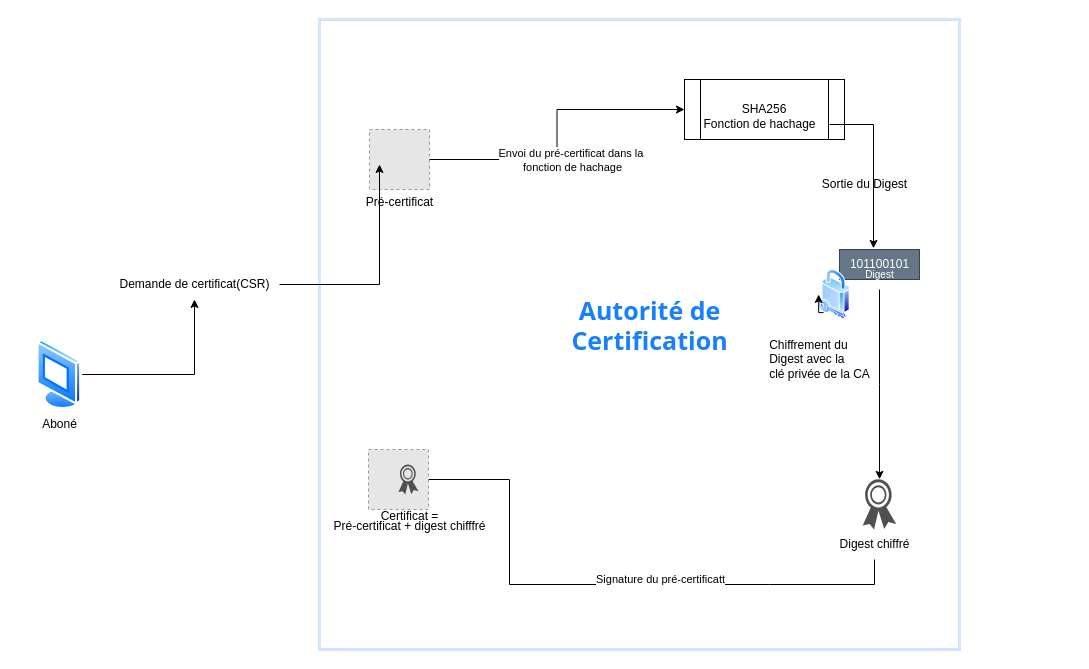
Above: page "Page-4" (4 of 6) of Diagramme sans nom.drawio in lakedjass/diagram (draw.io), before the change. Source tidied: cells renumbered, new cells numbered last; positions are measured from the earlier drawing's top-left corner, leaving out a move shared by most shapes. Both pictures are drawn from the tidied source at 100%, with x=0, y=0 at pixel (29, 19). Pictures stored in the file or linked from it are replaced by grey dashed boxes.
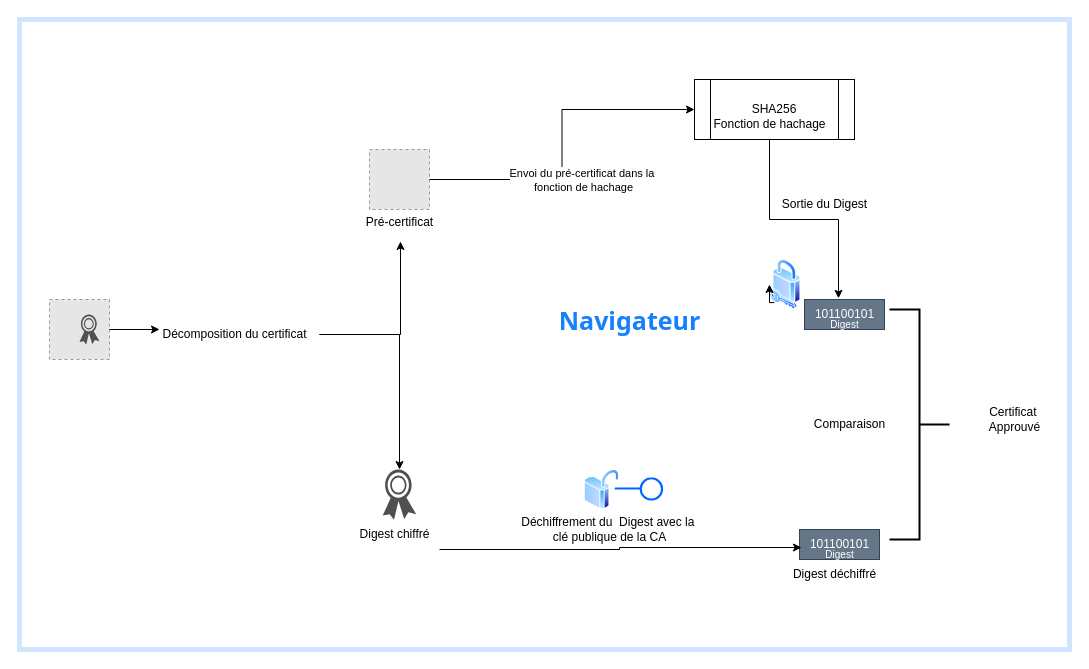
After the change.

Unchanged cells that the change refers to:
```xml
<mxCell id="5" style="fillColor=#E6E6E6;strokeColor=#999999;dashed=1;html=1;verticalAlign=top;verticalLabelPosition=bottom;labelBackgroundColor=#ffffff;" parent="4" vertex="1">
  <mxGeometry x="50" y="70" width="60" height="60" as="geometry" />
</mxCell>
<mxCell id="6" value="&lt;font style=&quot;font-size: 12px;&quot;&gt;Pré-certificat&lt;/font&gt;" style="text;html=1;align=center;verticalAlign=middle;points=[];strokeColor=none;fillColor=none;fontSize=22;" parent="4" vertex="1">
  <mxGeometry x="35" y="120" width="90" height="40" as="geometry" />
</mxCell>
<mxCell id="8" value="SHA256" style="shape=process;whiteSpace=wrap;html=1;backgroundOutline=1;" parent="7" vertex="1">
  <mxGeometry width="160" height="60" as="geometry" />
</mxCell>
<mxCell id="9" value="Fonction de hachage" style="text;html=1;align=center;verticalAlign=middle;points=[];strokeColor=none;fillColor=none;" parent="7" vertex="1">
  <mxGeometry x="5" y="30" width="140" height="30" as="geometry" />
</mxCell>
<mxCell id="21" value="101100101" style="text;html=1;align=center;verticalAlign=middle;points=[];strokeColor=#314354;fillColor=#647687;fontColor=#ffffff;" parent="20" vertex="1">
  <mxGeometry width="80" height="30" as="geometry" />
</mxCell>
<mxCell id="22" value="Digest" style="text;html=1;align=center;verticalAlign=middle;points=[];strokeColor=none;fillColor=none;fontSize=10;fontColor=#ffffff;" parent="20" vertex="1">
  <mxGeometry x="15" y="10" width="50" height="30" as="geometry" />
</mxCell>
<mxCell id="27" style="sketch=0;shadow=0;dashed=0;html=1;strokeColor=none;fillColor=#505050;labelPosition=center;verticalLabelPosition=bottom;verticalAlign=top;outlineConnect=0;align=center;shape=mxgraph.office.security.token;" parent="26" vertex="1">
  <mxGeometry x="33.2" width="33.5" height="50.2" as="geometry" />
</mxCell>
<mxCell id="28" value="Digest chiffré" style="text;html=1;align=center;verticalAlign=middle;points=[];strokeColor=none;fillColor=none;" parent="26" vertex="1">
  <mxGeometry y="50.2" width="90" height="30" as="geometry" />
</mxCell>
```

Change to the diagram source:
```diff
@@
-    <mxCell id="2" style="group;" parent="1" vertex="1">
-      <mxGeometry width="930" height="630" as="geometry" />
-    </mxCell>
-    <mxCell id="3" style="rounded=0;whiteSpace=wrap;html=1;strokeWidth=3;strokeColor=#D1E6FE;" parent="2" vertex="1">
-      <mxGeometry x="290" width="640" height="630" as="geometry" />
+    <mxCell id="3" style="rounded=0;whiteSpace=wrap;html=1;strokeWidth=5;strokeColor=#D1E6FE;" parent="1" vertex="1">
+      <mxGeometry x="-10" width="1050" height="630" as="geometry" />
     </mxCell>
+    <mxCell id="38" style="group;" parent="1" vertex="1">
+      <mxGeometry x="20" y="280" width="60" height="60" as="geometry" />
+    </mxCell>
+    <mxCell id="35" style="fillColor=#E6E6E6;strokeColor=#999999;dashed=1;html=1;verticalAlign=top;verticalLabelPosition=bottom;labelBackgroundColor=#ffffff;" parent="38" vertex="1">
+      <mxGeometry width="60" height="60" as="geometry" />
+    </mxCell>
+    <mxCell id="36" style="sketch=0;shadow=0;dashed=0;html=1;strokeColor=none;fillColor=#505050;labelPosition=center;verticalLabelPosition=bottom;verticalAlign=top;outlineConnect=0;align=center;shape=mxgraph.office.security.token;" parent="38" vertex="1">
+      <mxGeometry x="30" y="15" width="20" height="30" as="geometry" />
+    </mxCell>
-    <mxCell id="4" style="group;" parent="2" vertex="1">
-      <mxGeometry x="290" y="40" width="160" height="160" as="geometry" />
+    <mxCell id="4" style="group;" parent="1" vertex="1">
+      <mxGeometry x="290" y="60" width="160" height="160" as="geometry" />
     </mxCell>
@@
-    <mxCell id="7" style="group;" parent="2" vertex="1">
-      <mxGeometry x="655" y="60" width="170" height="98" as="geometry" />
+    <mxCell id="7" style="group;" parent="1" vertex="1">
+      <mxGeometry x="665" y="60" width="170" height="98" as="geometry" />
     </mxCell>
@@
-    <mxCell id="10" style="edgeStyle=orthogonalEdgeStyle;rounded=0;jettySize=auto;html=1;entryX=0;entryY=0.5;entryDx=0;entryDy=0;" parent="2" edge="1" source="5" target="8">
+    <mxCell id="10" style="edgeStyle=orthogonalEdgeStyle;rounded=0;jettySize=auto;html=1;entryX=0;entryY=0.5;entryDx=0;entryDy=0;" parent="1" edge="1" source="5" target="8">
       <mxGeometry relative="1" as="geometry" />
     </mxCell>
@@
-    <mxCell id="12" value="&lt;div style=&quot;text-align: left;&quot;&gt;&lt;span style=&quot;background-color: initial;&quot;&gt;Chiffrement&amp;nbsp;&lt;/span&gt;&lt;span style=&quot;background-color: initial;&quot;&gt;du&amp;nbsp;&lt;/span&gt;&lt;/div&gt;&lt;div style=&quot;text-align: left;&quot;&gt;&lt;span style=&quot;background-color: initial;&quot;&gt;Digest&amp;nbsp;&lt;/span&gt;&lt;span style=&quot;background-color: initial;&quot;&gt;avec la&amp;nbsp;&lt;/span&gt;&lt;/div&gt;&lt;div style=&quot;text-align: left;&quot;&gt;&lt;span style=&quot;background-color: initial;&quot;&gt;clé privée&amp;nbsp;&lt;/span&gt;&lt;span style=&quot;background-color: initial;&quot;&gt;de la CA&lt;/span&gt;&lt;/div&gt;" style="text;html=1;align=center;verticalAlign=middle;strokeColor=none;fillColor=none;" parent="2" vertex="1">
-      <mxGeometry x="730" y="310" width="120" height="60" as="geometry" />
-    </mxCell>
-    <mxCell id="13" style="group;" parent="2" vertex="1">
-      <mxGeometry y="320" width="60" height="100" as="geometry" />
-    </mxCell>
-    <mxCell id="14" style="image;perimeter=ellipsePerimeter;html=1;align=center;shadow=0;dashed=0;spacingTop=3;image=img/lib/active_directory/vista_terminal.svg;" parent="13" vertex="1">
-      <mxGeometry x="7.2" width="45.5" height="70" as="geometry" />
-    </mxCell>
-    <mxCell id="15" value="Aboné" style="text;html=1;align=center;verticalAlign=middle;strokeColor=none;fillColor=none;" parent="13" vertex="1">
-      <mxGeometry y="70" width="60" height="30" as="geometry" />
-    </mxCell>
-    <mxCell id="16" style="edgeStyle=orthogonalEdgeStyle;rounded=0;jettySize=auto;html=1;entryX=0.167;entryY=0.583;entryDx=0;entryDy=0;entryPerimeter=0;" parent="2" edge="1" source="19" target="5">
-      <mxGeometry relative="1" as="geometry" />
-    </mxCell>
-    <mxCell id="17" value="&lt;font style=&quot;font-size: 25px;&quot;&gt;Autorité de &lt;br&gt;Certification&lt;/font&gt;" style="text;html=1;align=center;verticalAlign=middle;strokeColor=none;fillColor=none;fontColor=#1781fc;fontStyle=1;fontFamily=Tahoma;horizontal=1;" parent="2" vertex="1">
-      <mxGeometry x="530" y="270" width="180" height="70" as="geometry" />
+    <mxCell id="17" value="&lt;span style=&quot;font-size: 25px;&quot;&gt;Navigateur&lt;/span&gt;" style="text;html=1;align=center;verticalAlign=middle;strokeColor=none;fillColor=none;fontColor=#1781fc;fontStyle=1;fontFamily=Tahoma;horizontal=1;" parent="1" vertex="1">
+      <mxGeometry x="520" y="280" width="160" height="40" as="geometry" />
     </mxCell>
-    <mxCell id="18" style="edgeStyle=orthogonalEdgeStyle;rounded=0;jettySize=auto;html=1;" parent="2" edge="1" source="14" target="19">
-      <mxGeometry relative="1" as="geometry" />
-    </mxCell>
+    <mxCell id="39" style="edgeStyle=orthogonalEdgeStyle;rounded=0;jettySize=auto;html=1;entryX=0.511;entryY=1.05;entryDx=0;entryDy=0;entryPerimeter=0;" parent="1" edge="1" source="19" target="6">
+      <mxGeometry relative="1" as="geometry" />
+    </mxCell>
+    <mxCell id="40" style="edgeStyle=orthogonalEdgeStyle;rounded=0;jettySize=auto;html=1;" parent="1" edge="1" source="19" target="27">
+      <mxGeometry relative="1" as="geometry" />
+    </mxCell>
-    <mxCell id="19" value="Demande de certificat(CSR)" style="text;html=1;align=center;verticalAlign=middle;points=[];strokeColor=none;fillColor=none;" parent="2" vertex="1">
-      <mxGeometry x="80" y="250" width="170" height="30" as="geometry" />
+    <mxCell id="19" value="Décomposition du certificat" style="text;html=1;align=center;verticalAlign=middle;points=[];strokeColor=none;fillColor=none;" parent="1" vertex="1">
+      <mxGeometry x="120" y="300" width="170" height="30" as="geometry" />
     </mxCell>
-    <mxCell id="20" style="group;" parent="2" vertex="1">
-      <mxGeometry x="810" y="230" width="80" height="40" as="geometry" />
+    <mxCell id="20" style="group;" parent="1" vertex="1">
+      <mxGeometry x="775" y="280" width="80" height="40" as="geometry" />
     </mxCell>
@@
-    <mxCell id="23" style="edgeStyle=orthogonalEdgeStyle;rounded=0;jettySize=auto;html=1;entryX=0.425;entryY=-0.039;entryDx=0;entryDy=0;entryPerimeter=0;" parent="2" edge="1" source="9" target="21">
+    <mxCell id="23" style="edgeStyle=orthogonalEdgeStyle;rounded=0;jettySize=auto;html=1;entryX=0.425;entryY=-0.039;entryDx=0;entryDy=0;entryPerimeter=0;" parent="1" edge="1" source="9" target="21">
       <mxGeometry relative="1" as="geometry" />
     </mxCell>
-    <mxCell id="24" value="Sortie du Digest" style="text;html=1;align=center;verticalAlign=middle;strokeColor=none;fillColor=none;" parent="2" vertex="1">
-      <mxGeometry x="780" y="150" width="110" height="30" as="geometry" />
+    <mxCell id="24" value="Sortie du Digest" style="text;html=1;align=center;verticalAlign=middle;strokeColor=none;fillColor=none;" parent="1" vertex="1">
+      <mxGeometry x="740" y="170" width="110" height="30" as="geometry" />
     </mxCell>
-    <mxCell id="25" style="image;perimeter=ellipsePerimeter;html=1;align=center;shadow=0;dashed=0;spacingTop=3;image=img/lib/active_directory/security.svg;" parent="2" vertex="1">
-      <mxGeometry x="789.2" y="250" width="31.5" height="50" as="geometry" />
+    <mxCell id="25" style="image;perimeter=ellipsePerimeter;html=1;align=center;shadow=0;dashed=0;spacingTop=3;image=img/lib/active_directory/security.svg;" parent="1" vertex="1">
+      <mxGeometry x="740" y="240" width="31.5" height="50" as="geometry" />
     </mxCell>
-    <mxCell id="26" style="group;" parent="2" vertex="1">
-      <mxGeometry x="800" y="459.8" width="90" height="80.2" as="geometry" />
+    <mxCell id="26" style="group;" parent="1" vertex="1">
+      <mxGeometry x="320" y="450" width="90" height="80.2" as="geometry" />
     </mxCell>
@@
-    <mxCell id="29" style="edgeStyle=orthogonalEdgeStyle;rounded=0;jettySize=auto;html=1;" parent="2" edge="1" source="22" target="27">
-      <mxGeometry relative="1" as="geometry" />
-    </mxCell>
-    <mxCell id="30" style="edgeStyle=orthogonalEdgeStyle;rounded=0;jettySize=auto;html=1;" parent="2" edge="1" source="28" target="36">
-      <mxGeometry relative="1" as="geometry">
-        <Array as="points">
-          <mxPoint x="740" y="565" />
-          <mxPoint x="480" y="565" />
-          <mxPoint x="480" y="410" />
-        </Array>
-      </mxGeometry>
-    </mxCell>
-    <mxCell id="31" value="Signature du pré-certificatt" style="edgeLabel;html=1;align=center;verticalAlign=middle;" parent="30" vertex="1">
-      <mxGeometry x="0.48" relative="1" as="geometry">
-        <mxPoint x="150" y="38" as="offset" />
-      </mxGeometry>
-    </mxCell>
-    <mxCell id="32" style="group;" parent="2" vertex="1">
-      <mxGeometry x="290" y="430" width="180" height="110" as="geometry" />
-    </mxCell>
-    <mxCell id="33" value="&lt;p style=&quot;line-height: 30%;&quot;&gt;&lt;font style=&quot;font-size: 12px;&quot;&gt;Certificat = &lt;br&gt;Pré-certificat + digest chifffré&lt;br&gt;&lt;/font&gt;&lt;/p&gt;" style="text;html=1;align=center;verticalAlign=middle;strokeColor=none;fillColor=none;fontSize=22;" parent="32" vertex="1">
-      <mxGeometry y="30" width="180" height="80" as="geometry" />
-    </mxCell>
-    <mxCell id="34" style="group;" parent="32" vertex="1">
-      <mxGeometry x="49" width="60" height="60" as="geometry" />
-    </mxCell>
-    <mxCell id="35" style="fillColor=#E6E6E6;strokeColor=#999999;dashed=1;html=1;verticalAlign=top;verticalLabelPosition=bottom;labelBackgroundColor=#ffffff;" parent="34" vertex="1">
-      <mxGeometry width="60" height="60" as="geometry" />
-    </mxCell>
-    <mxCell id="36" style="sketch=0;shadow=0;dashed=0;html=1;strokeColor=none;fillColor=#505050;labelPosition=center;verticalLabelPosition=bottom;verticalAlign=top;outlineConnect=0;align=center;shape=mxgraph.office.security.token;" parent="34" vertex="1">
-      <mxGeometry x="30" y="15" width="20" height="30" as="geometry" />
-    </mxCell>
-    <mxCell id="37" style="edgeStyle=orthogonalEdgeStyle;rounded=0;orthogonalLoop=1;jettySize=auto;html=1;exitX=0;exitY=1;exitDx=0;exitDy=0;entryX=0;entryY=0.5;entryDx=0;entryDy=0;" parent="2" edge="1" source="25" target="25">
+    <mxCell id="37" style="edgeStyle=orthogonalEdgeStyle;rounded=0;orthogonalLoop=1;jettySize=auto;html=1;exitX=0;exitY=1;exitDx=0;exitDy=0;entryX=0;entryY=0.5;entryDx=0;entryDy=0;" parent="1" edge="1" source="25" target="25">
       <mxGeometry relative="1" as="geometry" />
     </mxCell>
+    <mxCell id="41" style="edgeStyle=orthogonalEdgeStyle;rounded=0;jettySize=auto;html=1;entryX=0.059;entryY=0.333;entryDx=0;entryDy=0;entryPerimeter=0;" parent="1" edge="1" source="35" target="19">
+      <mxGeometry relative="1" as="geometry" />
+    </mxCell>
+    <mxCell id="42" style="group;" parent="1" vertex="1">
+      <mxGeometry x="770" y="510" width="90" height="60.1" as="geometry" />
+    </mxCell>
+    <mxCell id="43" value="101100101" style="text;html=1;align=center;verticalAlign=middle;points=[];strokeColor=#314354;fillColor=#647687;fontColor=#ffffff;" parent="42" vertex="1">
+      <mxGeometry width="80" height="30" as="geometry" />
+    </mxCell>
+    <mxCell id="44" value="Digest" style="text;html=1;align=center;verticalAlign=middle;strokeColor=none;fillColor=none;fontSize=10;fontColor=#ffffff;" parent="42" vertex="1">
+      <mxGeometry x="15" y="10" width="50" height="30" as="geometry" />
+    </mxCell>
+    <mxCell id="45" style="group;" parent="42" vertex="1">
+      <mxGeometry x="-10" y="-20.1" width="100" height="80.2" as="geometry" />
+    </mxCell>
+    <mxCell id="46" value="Digest déchiffré" style="text;html=1;align=center;verticalAlign=middle;strokeColor=none;fillColor=none;" parent="45" vertex="1">
+      <mxGeometry x="-10" y="50.2" width="110" height="30" as="geometry" />
+    </mxCell>
+    <mxCell id="47" style="group;" parent="1" vertex="1">
+      <mxGeometry x="480" y="450" width="200" height="80" as="geometry" />
+    </mxCell>
+    <mxCell id="12" value="&lt;div style=&quot;&quot;&gt;&lt;span style=&quot;background-color: initial;&quot;&gt;Déchiffrement&lt;/span&gt;&lt;span style=&quot;background-color: initial;&quot;&gt;&amp;nbsp;&lt;/span&gt;&lt;span style=&quot;background-color: initial;&quot;&gt;du&amp;nbsp;&amp;nbsp;&lt;/span&gt;&lt;span style=&quot;background-color: initial;&quot;&gt;Digest&amp;nbsp;&lt;/span&gt;&lt;span style=&quot;background-color: initial;&quot;&gt;avec la&amp;nbsp;&lt;/span&gt;&lt;/div&gt;&lt;div style=&quot;&quot;&gt;&lt;span style=&quot;background-color: initial;&quot;&gt;clé publique&amp;nbsp;&lt;/span&gt;&lt;span style=&quot;background-color: initial;&quot;&gt;de la CA&lt;/span&gt;&lt;/div&gt;" style="text;html=1;align=center;verticalAlign=middle;strokeColor=none;fillColor=none;" parent="47" vertex="1">
+      <mxGeometry y="40" width="200" height="40" as="geometry" />
+    </mxCell>
+    <mxCell id="48" style="image;perimeter=ellipsePerimeter;html=1;align=center;shadow=0;dashed=0;spacingTop=3;image=img/lib/active_directory/not_secure.svg;" parent="47" vertex="1">
+      <mxGeometry x="74.8" width="35.2" height="40" as="geometry" />
+    </mxCell>
+    <mxCell id="49" style="image;perimeter=ellipsePerimeter;html=1;align=center;shadow=0;dashed=0;spacingTop=3;image=img/lib/active_directory/interface.svg;" parent="47" vertex="1">
+      <mxGeometry x="104.8" y="8.2" width="50" height="23.5" as="geometry" />
+    </mxCell>
+    <mxCell id="50" style="edgeStyle=orthogonalEdgeStyle;rounded=0;jettySize=auto;html=1;entryX=0.025;entryY=0.6;entryDx=0;entryDy=0;entryPerimeter=0;" parent="1" edge="1" source="28" target="43">
+      <mxGeometry relative="1" as="geometry">
+        <Array as="points">
+          <mxPoint x="590" y="530" />
+          <mxPoint x="590" y="528" />
+        </Array>
+      </mxGeometry>
+    </mxCell>
+    <mxCell id="51" style="strokeWidth=2;html=1;shape=mxgraph.flowchart.annotation_2;align=left;labelPosition=right;verticalAlign=bottom;rotation=-180;" parent="1" vertex="1">
+      <mxGeometry x="860" y="290" width="60" height="230" as="geometry" />
+    </mxCell>
+    <mxCell id="52" value="Comparaison" style="text;html=1;align=center;verticalAlign=middle;strokeColor=none;fillColor=none;" parent="1" vertex="1">
+      <mxGeometry x="775" y="390" width="90" height="30" as="geometry" />
+    </mxCell>
+    <mxCell id="53" value="Certificat&amp;nbsp;&lt;br&gt;Approuvé" style="text;html=1;align=center;verticalAlign=middle;strokeColor=none;fillColor=none;" parent="1" vertex="1">
+      <mxGeometry x="950" y="380" width="70" height="40" as="geometry" />
+    </mxCell>
```
